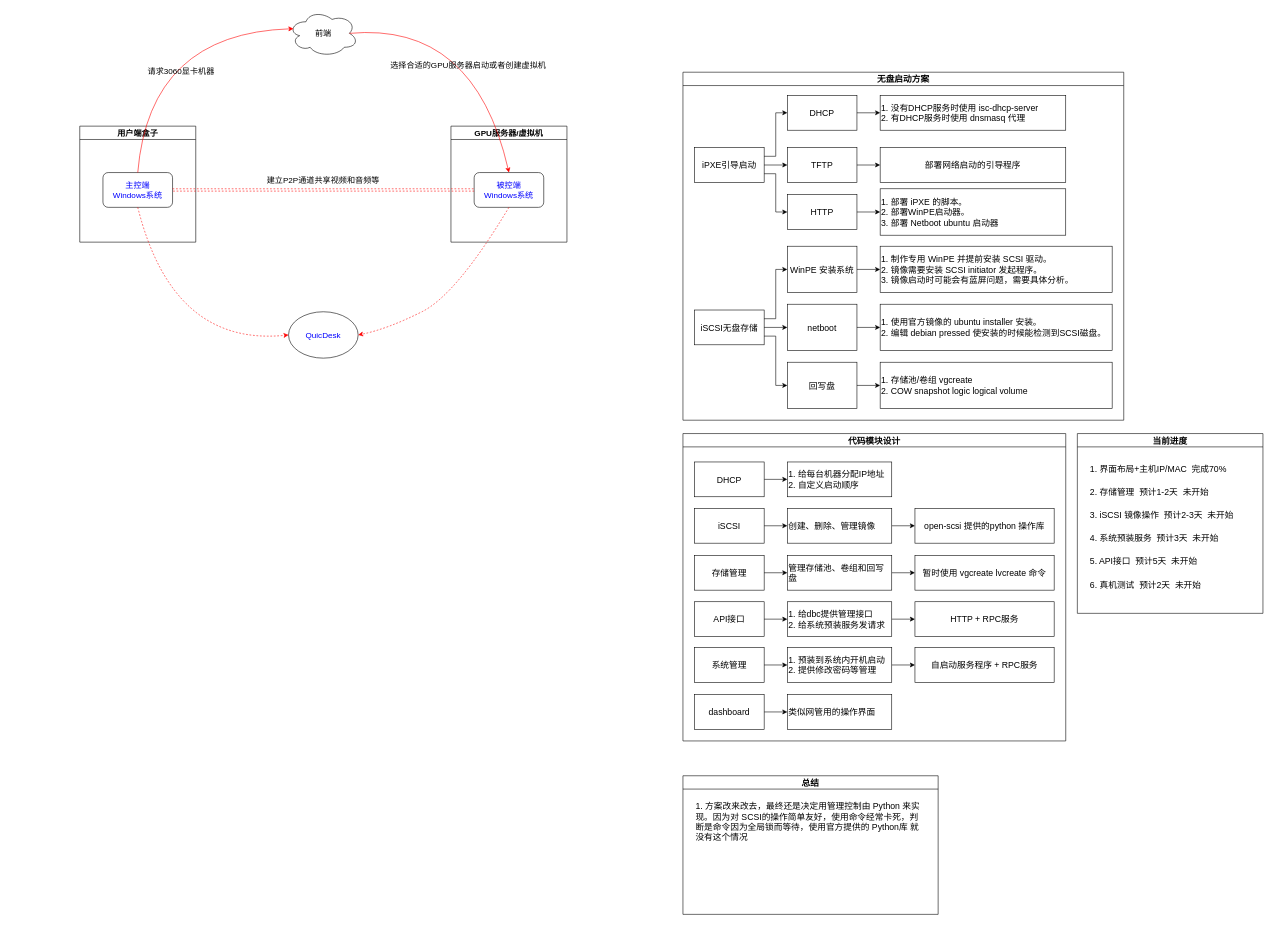
This is page "云网吧" (10 of 10) of DBC-AIComputingNet.drawio from Jerry-se/UML, a draw.io file, before an edit. Source tidied: cells renumbered, new cells numbered last; positions are measured from the earlier drawing's top-left corner, leaving out a move shared by most shapes. Both pictures are drawn from the tidied source at 58%, with x=0, y=0 at pixel (79, 10).
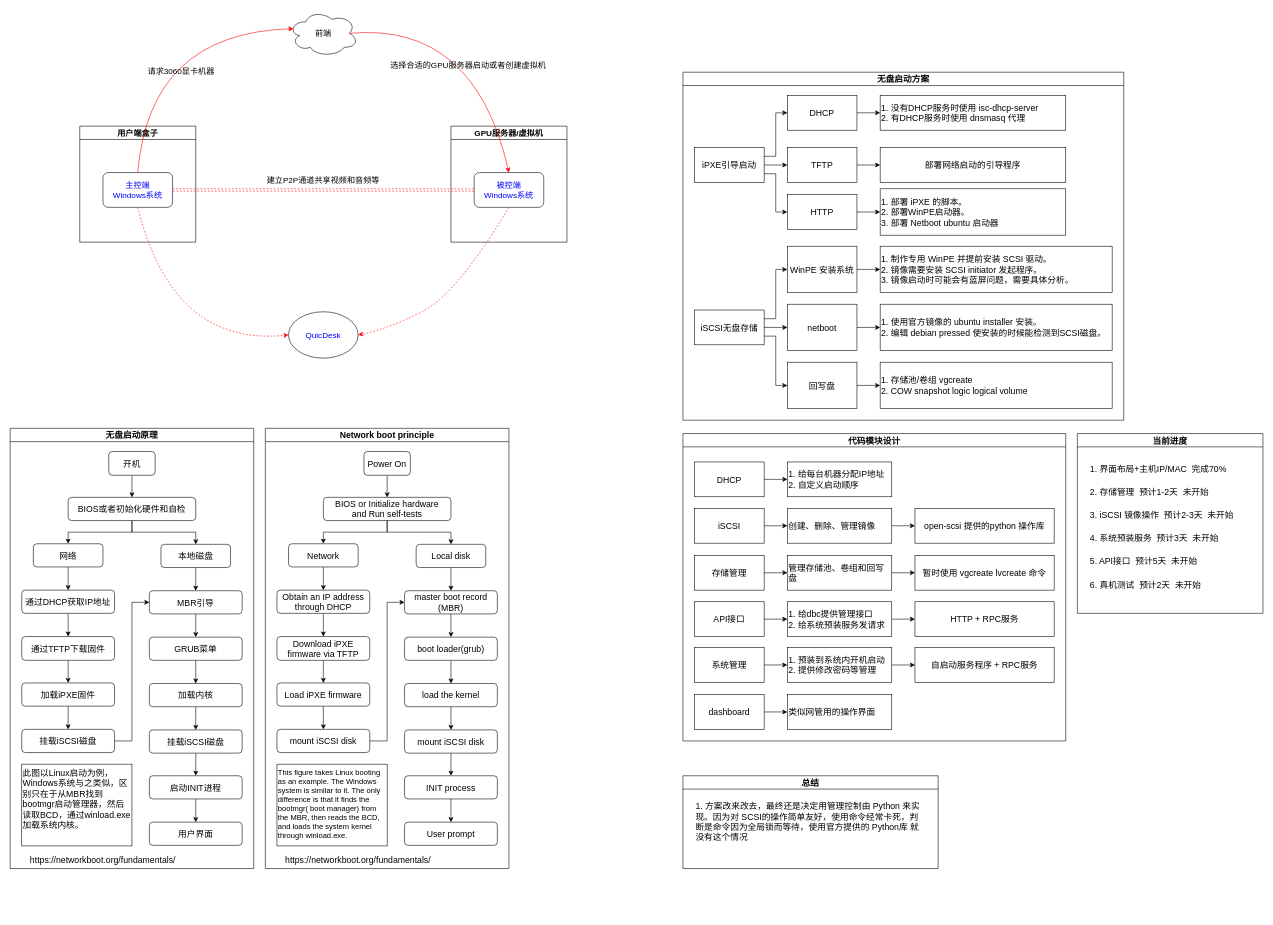
The same diagram, later.

Commit message:
更新DBC-CloudCybercafe

Diff of the diagram source:
```diff
@@
     <mxCell id="77" value="总结" style="swimlane;fontSize=15;" parent="1" vertex="1">
-      <mxGeometry x="1040" y="1320" width="440" height="239" as="geometry" />
+      <mxGeometry x="1040" y="1320" width="440" height="160" as="geometry" />
     </mxCell>
@@
+    <mxCell id="79" value="无盘启动原理" style="swimlane;fontSize=15;" parent="1" vertex="1">
+      <mxGeometry x="-120" y="721" width="420" height="759" as="geometry" />
+    </mxCell>
+    <mxCell id="80" style="edgeStyle=orthogonalEdgeStyle;rounded=0;jettySize=auto;html=1;exitX=0.5;exitY=1;exitDx=0;exitDy=0;entryX=0.5;entryY=0;entryDx=0;entryDy=0;fontSize=15;" parent="79" edge="1" source="81" target="84">
+      <mxGeometry relative="1" as="geometry" />
+    </mxCell>
+    <mxCell id="81" value="开机" style="rounded=1;whiteSpace=wrap;html=1;fontSize=15;" parent="79" vertex="1">
+      <mxGeometry x="170" y="40" width="80" height="41" as="geometry" />
+    </mxCell>
+    <mxCell id="82" style="edgeStyle=orthogonalEdgeStyle;rounded=0;jettySize=auto;html=1;exitX=0.5;exitY=1;exitDx=0;exitDy=0;entryX=0.5;entryY=0;entryDx=0;entryDy=0;fontSize=15;" parent="79" edge="1" source="84" target="86">
+      <mxGeometry relative="1" as="geometry" />
+    </mxCell>
+    <mxCell id="83" style="edgeStyle=orthogonalEdgeStyle;rounded=0;jettySize=auto;html=1;exitX=0.5;exitY=1;exitDx=0;exitDy=0;entryX=0.5;entryY=0;entryDx=0;entryDy=0;fontSize=15;" parent="79" edge="1" source="84" target="88">
+      <mxGeometry relative="1" as="geometry">
+        <Array as="points">
+          <mxPoint x="210" y="179" />
+          <mxPoint x="320" y="179" />
+        </Array>
+      </mxGeometry>
+    </mxCell>
+    <mxCell id="84" value="BIOS或者初始化硬件和自检" style="rounded=1;whiteSpace=wrap;html=1;fontSize=15;" parent="79" vertex="1">
+      <mxGeometry x="100" y="119" width="220" height="40" as="geometry" />
+    </mxCell>
+    <mxCell id="85" style="edgeStyle=orthogonalEdgeStyle;rounded=0;jettySize=auto;html=1;exitX=0.5;exitY=1;exitDx=0;exitDy=0;entryX=0.5;entryY=0;entryDx=0;entryDy=0;fontSize=15;" parent="79" edge="1" source="86" target="90">
+      <mxGeometry relative="1" as="geometry" />
+    </mxCell>
+    <mxCell id="86" value="网络" style="rounded=1;whiteSpace=wrap;html=1;fontSize=15;" parent="79" vertex="1">
+      <mxGeometry x="40" y="199" width="120" height="40" as="geometry" />
+    </mxCell>
+    <mxCell id="87" style="edgeStyle=orthogonalEdgeStyle;rounded=0;jettySize=auto;html=1;exitX=0.5;exitY=1;exitDx=0;exitDy=0;entryX=0.5;entryY=0;entryDx=0;entryDy=0;fontSize=15;" parent="79" edge="1" source="88" target="98">
+      <mxGeometry relative="1" as="geometry" />
+    </mxCell>
+    <mxCell id="88" value="本地磁盘" style="rounded=1;whiteSpace=wrap;html=1;fontSize=15;" parent="79" vertex="1">
+      <mxGeometry x="260" y="200" width="120" height="40" as="geometry" />
+    </mxCell>
+    <mxCell id="89" style="edgeStyle=orthogonalEdgeStyle;rounded=0;jettySize=auto;html=1;exitX=0.5;exitY=1;exitDx=0;exitDy=0;entryX=0.5;entryY=0;entryDx=0;entryDy=0;fontSize=15;" parent="79" edge="1" source="90" target="92">
+      <mxGeometry relative="1" as="geometry" />
+    </mxCell>
+    <mxCell id="90" value="通过DHCP获取IP地址" style="rounded=1;whiteSpace=wrap;html=1;fontSize=15;" parent="79" vertex="1">
+      <mxGeometry x="20" y="279" width="160" height="40" as="geometry" />
+    </mxCell>
+    <mxCell id="91" style="edgeStyle=orthogonalEdgeStyle;rounded=0;jettySize=auto;html=1;exitX=0.5;exitY=1;exitDx=0;exitDy=0;entryX=0.5;entryY=0;entryDx=0;entryDy=0;fontSize=15;" parent="79" edge="1" source="92" target="94">
+      <mxGeometry relative="1" as="geometry" />
+    </mxCell>
+    <mxCell id="92" value="通过TFTP下载固件" style="rounded=1;whiteSpace=wrap;html=1;fontSize=15;" parent="79" vertex="1">
+      <mxGeometry x="20" y="359" width="160" height="41" as="geometry" />
+    </mxCell>
+    <mxCell id="93" style="edgeStyle=orthogonalEdgeStyle;rounded=0;jettySize=auto;html=1;exitX=0.5;exitY=1;exitDx=0;exitDy=0;entryX=0.5;entryY=0;entryDx=0;entryDy=0;fontSize=15;" parent="79" edge="1" source="94" target="96">
+      <mxGeometry relative="1" as="geometry" />
+    </mxCell>
+    <mxCell id="94" value="加载iPXE固件" style="rounded=1;whiteSpace=wrap;html=1;fontSize=15;" parent="79" vertex="1">
+      <mxGeometry x="20" y="439" width="160" height="40" as="geometry" />
+    </mxCell>
+    <mxCell id="95" style="edgeStyle=orthogonalEdgeStyle;rounded=0;jettySize=auto;html=1;exitX=1;exitY=0.5;exitDx=0;exitDy=0;entryX=0;entryY=0.5;entryDx=0;entryDy=0;fontSize=15;" parent="79" edge="1" source="96" target="98">
+      <mxGeometry relative="1" as="geometry" />
+    </mxCell>
+    <mxCell id="96" value="挂载iSCSI磁盘" style="rounded=1;whiteSpace=wrap;html=1;fontSize=15;" parent="79" vertex="1">
+      <mxGeometry x="20" y="519" width="160" height="40" as="geometry" />
+    </mxCell>
+    <mxCell id="97" style="edgeStyle=orthogonalEdgeStyle;rounded=0;jettySize=auto;html=1;exitX=0.5;exitY=1;exitDx=0;exitDy=0;entryX=0.5;entryY=0;entryDx=0;entryDy=0;fontSize=15;" parent="79" edge="1" source="98" target="100">
+      <mxGeometry relative="1" as="geometry" />
+    </mxCell>
+    <mxCell id="98" value="MBR引导" style="rounded=1;whiteSpace=wrap;html=1;fontSize=15;" parent="79" vertex="1">
+      <mxGeometry x="240" y="280" width="160" height="40" as="geometry" />
+    </mxCell>
+    <mxCell id="99" style="edgeStyle=orthogonalEdgeStyle;rounded=0;jettySize=auto;html=1;exitX=0.5;exitY=1;exitDx=0;exitDy=0;entryX=0.5;entryY=0;entryDx=0;entryDy=0;fontSize=15;" parent="79" edge="1" source="100" target="102">
+      <mxGeometry relative="1" as="geometry" />
+    </mxCell>
+    <mxCell id="100" value="GRUB菜单" style="rounded=1;whiteSpace=wrap;html=1;fontSize=15;" parent="79" vertex="1">
+      <mxGeometry x="240" y="360" width="160" height="40" as="geometry" />
+    </mxCell>
+    <mxCell id="101" style="edgeStyle=orthogonalEdgeStyle;rounded=0;jettySize=auto;html=1;exitX=0.5;exitY=1;exitDx=0;exitDy=0;entryX=0.5;entryY=0;entryDx=0;entryDy=0;fontSize=15;" parent="79" edge="1" source="102" target="106">
+      <mxGeometry relative="1" as="geometry" />
+    </mxCell>
+    <mxCell id="102" value="加载内核" style="rounded=1;whiteSpace=wrap;html=1;fontSize=15;" parent="79" vertex="1">
+      <mxGeometry x="240" y="440" width="160" height="40" as="geometry" />
+    </mxCell>
+    <mxCell id="103" style="edgeStyle=orthogonalEdgeStyle;rounded=0;jettySize=auto;html=1;exitX=0.5;exitY=1;exitDx=0;exitDy=0;entryX=0.5;entryY=0;entryDx=0;entryDy=0;fontSize=15;" parent="79" edge="1" source="104" target="107">
+      <mxGeometry relative="1" as="geometry" />
+    </mxCell>
+    <mxCell id="104" value="启动INIT进程" style="rounded=1;whiteSpace=wrap;html=1;fontSize=15;" parent="79" vertex="1">
+      <mxGeometry x="240" y="599" width="160" height="40" as="geometry" />
+    </mxCell>
+    <mxCell id="105" style="edgeStyle=orthogonalEdgeStyle;rounded=0;jettySize=auto;html=1;exitX=0.5;exitY=1;exitDx=0;exitDy=0;entryX=0.5;entryY=0;entryDx=0;entryDy=0;fontSize=15;" parent="79" edge="1" source="106" target="104">
+      <mxGeometry relative="1" as="geometry" />
+    </mxCell>
+    <mxCell id="106" value="挂载iSCSI磁盘" style="rounded=1;whiteSpace=wrap;html=1;fontSize=15;" parent="79" vertex="1">
+      <mxGeometry x="240" y="520" width="160" height="40" as="geometry" />
+    </mxCell>
+    <mxCell id="107" value="用户界面" style="rounded=1;whiteSpace=wrap;html=1;fontSize=15;" parent="79" vertex="1">
+      <mxGeometry x="240" y="679" width="160" height="40" as="geometry" />
+    </mxCell>
+    <mxCell id="108" value="此图以Linux启动为例，Windows系统与之类似，区别只在于从MBR找到bootmgr启动管理器，然后读取BCD，通过winload.exe加载系统内核。" style="rounded=0;whiteSpace=wrap;html=1;fontSize=15;verticalAlign=top;align=left;" parent="79" vertex="1">
+      <mxGeometry x="20" y="579" width="190" height="141" as="geometry" />
+    </mxCell>
+    <mxCell id="109" value="https://networkboot.org/fundamentals/" style="text;html=1;strokeColor=none;fillColor=none;align=center;verticalAlign=middle;whiteSpace=wrap;rounded=0;fontSize=15;" parent="79" vertex="1">
+      <mxGeometry x="20" y="729" width="280" height="30" as="geometry" />
+    </mxCell>
+    <mxCell id="110" value="Network boot principle" style="swimlane;fontSize=15;" parent="1" vertex="1">
+      <mxGeometry x="320" y="721" width="420" height="759" as="geometry" />
+    </mxCell>
+    <mxCell id="111" style="edgeStyle=orthogonalEdgeStyle;rounded=0;jettySize=auto;html=1;exitX=0.5;exitY=1;exitDx=0;exitDy=0;entryX=0.5;entryY=0;entryDx=0;entryDy=0;fontSize=15;" parent="110" edge="1" source="112" target="115">
+      <mxGeometry relative="1" as="geometry" />
+    </mxCell>
+    <mxCell id="112" value="Power On" style="rounded=1;whiteSpace=wrap;html=1;fontSize=15;" parent="110" vertex="1">
+      <mxGeometry x="170" y="40" width="80" height="41" as="geometry" />
+    </mxCell>
+    <mxCell id="113" style="edgeStyle=orthogonalEdgeStyle;rounded=0;jettySize=auto;html=1;exitX=0.5;exitY=1;exitDx=0;exitDy=0;entryX=0.5;entryY=0;entryDx=0;entryDy=0;fontSize=15;" parent="110" edge="1" source="115" target="117">
+      <mxGeometry relative="1" as="geometry" />
+    </mxCell>
+    <mxCell id="114" style="edgeStyle=orthogonalEdgeStyle;rounded=0;jettySize=auto;html=1;exitX=0.5;exitY=1;exitDx=0;exitDy=0;entryX=0.5;entryY=0;entryDx=0;entryDy=0;fontSize=15;" parent="110" edge="1" source="115" target="119">
+      <mxGeometry relative="1" as="geometry">
+        <Array as="points">
+          <mxPoint x="210" y="179" />
+          <mxPoint x="320" y="179" />
+        </Array>
+      </mxGeometry>
+    </mxCell>
+    <mxCell id="115" value="BIOS or&amp;nbsp;Initialize hardware and&amp;nbsp;Run self-tests" style="rounded=1;whiteSpace=wrap;html=1;fontSize=15;" parent="110" vertex="1">
+      <mxGeometry x="100" y="119" width="220" height="40" as="geometry" />
+    </mxCell>
+    <mxCell id="116" style="edgeStyle=orthogonalEdgeStyle;rounded=0;jettySize=auto;html=1;exitX=0.5;exitY=1;exitDx=0;exitDy=0;entryX=0.5;entryY=0;entryDx=0;entryDy=0;fontSize=15;" parent="110" edge="1" source="117" target="121">
+      <mxGeometry relative="1" as="geometry" />
+    </mxCell>
+    <mxCell id="117" value="Network" style="rounded=1;whiteSpace=wrap;html=1;fontSize=15;" parent="110" vertex="1">
+      <mxGeometry x="40" y="199" width="120" height="40" as="geometry" />
+    </mxCell>
+    <mxCell id="118" style="edgeStyle=orthogonalEdgeStyle;rounded=0;jettySize=auto;html=1;exitX=0.5;exitY=1;exitDx=0;exitDy=0;entryX=0.5;entryY=0;entryDx=0;entryDy=0;fontSize=15;" parent="110" edge="1" source="119" target="129">
+      <mxGeometry relative="1" as="geometry" />
+    </mxCell>
+    <mxCell id="119" value="Local disk" style="rounded=1;whiteSpace=wrap;html=1;fontSize=15;" parent="110" vertex="1">
+      <mxGeometry x="260" y="200" width="120" height="40" as="geometry" />
+    </mxCell>
+    <mxCell id="120" style="edgeStyle=orthogonalEdgeStyle;rounded=0;jettySize=auto;html=1;exitX=0.5;exitY=1;exitDx=0;exitDy=0;entryX=0.5;entryY=0;entryDx=0;entryDy=0;fontSize=15;" parent="110" edge="1" source="121" target="123">
+      <mxGeometry relative="1" as="geometry" />
+    </mxCell>
+    <mxCell id="121" value="Obtain an IP address through DHCP" style="rounded=1;whiteSpace=wrap;html=1;fontSize=15;" parent="110" vertex="1">
+      <mxGeometry x="20" y="279" width="160" height="40" as="geometry" />
+    </mxCell>
+    <mxCell id="122" style="edgeStyle=orthogonalEdgeStyle;rounded=0;jettySize=auto;html=1;exitX=0.5;exitY=1;exitDx=0;exitDy=0;entryX=0.5;entryY=0;entryDx=0;entryDy=0;fontSize=15;" parent="110" edge="1" source="123" target="125">
+      <mxGeometry relative="1" as="geometry" />
+    </mxCell>
+    <mxCell id="123" value="Download iPXE firmware via TFTP" style="rounded=1;whiteSpace=wrap;html=1;fontSize=15;" parent="110" vertex="1">
+      <mxGeometry x="20" y="359" width="160" height="41" as="geometry" />
+    </mxCell>
+    <mxCell id="124" style="edgeStyle=orthogonalEdgeStyle;rounded=0;jettySize=auto;html=1;exitX=0.5;exitY=1;exitDx=0;exitDy=0;entryX=0.5;entryY=0;entryDx=0;entryDy=0;fontSize=15;" parent="110" edge="1" source="125" target="127">
+      <mxGeometry relative="1" as="geometry" />
+    </mxCell>
+    <mxCell id="125" value="Load iPXE firmware" style="rounded=1;whiteSpace=wrap;html=1;fontSize=15;" parent="110" vertex="1">
+      <mxGeometry x="20" y="439" width="160" height="40" as="geometry" />
+    </mxCell>
+    <mxCell id="126" style="edgeStyle=orthogonalEdgeStyle;rounded=0;jettySize=auto;html=1;exitX=1;exitY=0.5;exitDx=0;exitDy=0;entryX=0;entryY=0.5;entryDx=0;entryDy=0;fontSize=15;" parent="110" edge="1" source="127" target="129">
+      <mxGeometry relative="1" as="geometry" />
+    </mxCell>
+    <mxCell id="127" value="mount iSCSI disk" style="rounded=1;whiteSpace=wrap;html=1;fontSize=15;" parent="110" vertex="1">
+      <mxGeometry x="20" y="519" width="160" height="40" as="geometry" />
+    </mxCell>
+    <mxCell id="128" style="edgeStyle=orthogonalEdgeStyle;rounded=0;jettySize=auto;html=1;exitX=0.5;exitY=1;exitDx=0;exitDy=0;entryX=0.5;entryY=0;entryDx=0;entryDy=0;fontSize=15;" parent="110" edge="1" source="129" target="131">
+      <mxGeometry relative="1" as="geometry" />
+    </mxCell>
+    <mxCell id="129" value="master boot record (MBR)" style="rounded=1;whiteSpace=wrap;html=1;fontSize=15;" parent="110" vertex="1">
+      <mxGeometry x="240" y="280" width="160" height="40" as="geometry" />
+    </mxCell>
+    <mxCell id="130" style="edgeStyle=orthogonalEdgeStyle;rounded=0;jettySize=auto;html=1;exitX=0.5;exitY=1;exitDx=0;exitDy=0;entryX=0.5;entryY=0;entryDx=0;entryDy=0;fontSize=15;" parent="110" edge="1" source="131" target="133">
+      <mxGeometry relative="1" as="geometry" />
+    </mxCell>
+    <mxCell id="131" value="boot loader(grub)" style="rounded=1;whiteSpace=wrap;html=1;fontSize=15;" parent="110" vertex="1">
+      <mxGeometry x="240" y="360" width="160" height="40" as="geometry" />
+    </mxCell>
+    <mxCell id="132" style="edgeStyle=orthogonalEdgeStyle;rounded=0;jettySize=auto;html=1;exitX=0.5;exitY=1;exitDx=0;exitDy=0;entryX=0.5;entryY=0;entryDx=0;entryDy=0;fontSize=15;" parent="110" edge="1" source="133" target="137">
+      <mxGeometry relative="1" as="geometry" />
+    </mxCell>
+    <mxCell id="133" value="load the kernel" style="rounded=1;whiteSpace=wrap;html=1;fontSize=15;" parent="110" vertex="1">
+      <mxGeometry x="240" y="440" width="160" height="40" as="geometry" />
+    </mxCell>
+    <mxCell id="134" style="edgeStyle=orthogonalEdgeStyle;rounded=0;jettySize=auto;html=1;exitX=0.5;exitY=1;exitDx=0;exitDy=0;entryX=0.5;entryY=0;entryDx=0;entryDy=0;fontSize=15;" parent="110" edge="1" source="135" target="138">
+      <mxGeometry relative="1" as="geometry" />
+    </mxCell>
+    <mxCell id="135" value="INIT process" style="rounded=1;whiteSpace=wrap;html=1;fontSize=15;" parent="110" vertex="1">
+      <mxGeometry x="240" y="599" width="160" height="40" as="geometry" />
+    </mxCell>
+    <mxCell id="136" style="edgeStyle=orthogonalEdgeStyle;rounded=0;jettySize=auto;html=1;exitX=0.5;exitY=1;exitDx=0;exitDy=0;entryX=0.5;entryY=0;entryDx=0;entryDy=0;fontSize=15;" parent="110" edge="1" source="137" target="135">
+      <mxGeometry relative="1" as="geometry" />
+    </mxCell>
+    <mxCell id="137" value="mount iSCSI disk" style="rounded=1;whiteSpace=wrap;html=1;fontSize=15;" parent="110" vertex="1">
+      <mxGeometry x="240" y="520" width="160" height="40" as="geometry" />
+    </mxCell>
+    <mxCell id="138" value="User prompt" style="rounded=1;whiteSpace=wrap;html=1;fontSize=15;" parent="110" vertex="1">
+      <mxGeometry x="240" y="679" width="160" height="40" as="geometry" />
+    </mxCell>
+    <mxCell id="139" value="This figure takes Linux booting as an example. The Windows system is similar to it. The only difference is that it finds the bootmgr( boot manager) from the MBR, then reads the BCD, and loads the system kernel through winload.exe." style="rounded=0;whiteSpace=wrap;html=1;fontSize=13;verticalAlign=top;align=left;" parent="110" vertex="1">
+      <mxGeometry x="20" y="579" width="190" height="141" as="geometry" />
+    </mxCell>
+    <mxCell id="140" value="https://networkboot.org/fundamentals/" style="text;html=1;strokeColor=none;fillColor=none;align=center;verticalAlign=middle;whiteSpace=wrap;rounded=0;fontSize=15;" parent="110" vertex="1">
+      <mxGeometry x="20" y="729" width="280" height="30" as="geometry" />
+    </mxCell>
```
